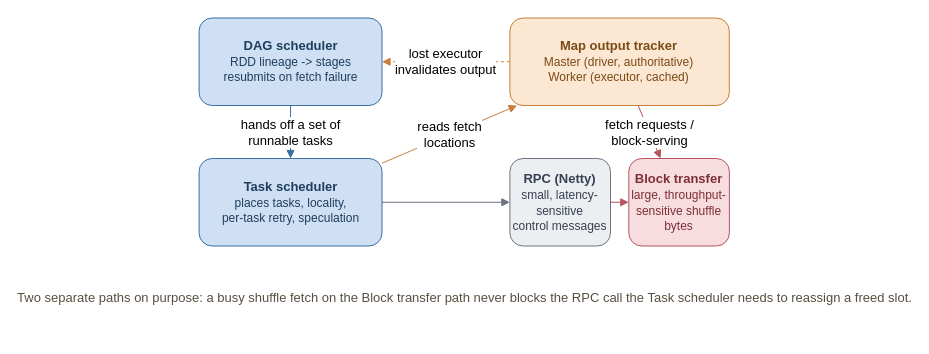
Above: book/figures/scheduler-components.drawio in AlanPhan04/spark-101-to-pro (draw.io), before the change. Source tidied: cells renumbered, new cells numbered last; positions are measured from the earlier drawing's top-left corner, leaving out a move shared by most shapes. Both pictures are drawn from the tidied source at 100%, with x=0, y=0 at pixel (199, 17).
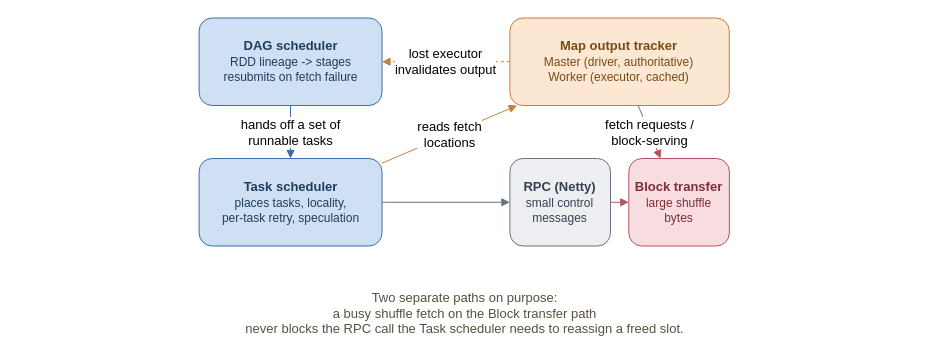
Above is the later version.

Change to the diagram source:
```diff
@@
 <mxGraphModel>
   <root>
     <mxCell id="0" />
     <mxCell id="1" parent="0" />
     <mxCell id="2" value="&lt;b&gt;DAG scheduler&lt;/b&gt;&lt;br&gt;&lt;span style=&quot;font-size:12px&quot;&gt;RDD lineage -&amp;gt; stages&lt;br&gt;resubmits on fetch failure&lt;/span&gt;" style="rounded=1;whiteSpace=wrap;html=1;fillColor=#cfe0f4;strokeColor=#3b6ea5;fontSize=13;fontColor=#1f3d5c;" parent="1" vertex="1">
       <mxGeometry x="-0.4" y="0.5" width="182.9" height="87.5" as="geometry" />
     </mxCell>
     <mxCell id="3" value="&lt;b&gt;Task scheduler&lt;/b&gt;&lt;br&gt;&lt;span style=&quot;font-size:12px&quot;&gt;places tasks, locality,&lt;br&gt;per-task retry, speculation&lt;/span&gt;" style="rounded=1;whiteSpace=wrap;html=1;fillColor=#cfe0f4;strokeColor=#3b6ea5;fontSize=13;fontColor=#1f3d5c;" parent="1" vertex="1">
       <mxGeometry x="-0.4" y="141" width="182.9" height="87.5" as="geometry" />
     </mxCell>
     <mxCell id="4" value="&lt;b&gt;Map output tracker&lt;/b&gt;&lt;br&gt;&lt;span style=&quot;font-size:12px&quot;&gt;Master (driver, authoritative)&lt;br&gt;Worker (executor, cached)&lt;/span&gt;" style="rounded=1;whiteSpace=wrap;html=1;fillColor=#fce7d2;strokeColor=#c77f3b;fontSize=13;fontColor=#7a4a17;" parent="1" vertex="1">
       <mxGeometry x="310.4" y="0.5" width="219.4" height="87.5" as="geometry" />
     </mxCell>
-    <mxCell id="5" value="&lt;b&gt;RPC (Netty)&lt;/b&gt;&lt;br&gt;&lt;span style=&quot;font-size:12px&quot;&gt;small, latency-sensitive&lt;br&gt;control messages&lt;/span&gt;" style="rounded=1;whiteSpace=wrap;html=1;fillColor=#eceef1;strokeColor=#6b7280;fontSize=13;fontColor=#374151;" parent="1" vertex="1">
+    <mxCell id="5" value="&lt;b&gt;RPC (Netty)&lt;/b&gt;&lt;br&gt;&lt;span style=&quot;font-size:12px&quot;&gt;small control&lt;br&gt;messages&lt;/span&gt;" style="rounded=1;whiteSpace=wrap;html=1;fillColor=#eceef1;strokeColor=#6b7280;fontSize=13;fontColor=#374151;" parent="1" vertex="1">
       <mxGeometry x="310.4" y="141" width="100.6" height="87.5" as="geometry" />
     </mxCell>
-    <mxCell id="6" value="&lt;b&gt;Block transfer&lt;/b&gt;&lt;br&gt;&lt;span style=&quot;font-size:12px&quot;&gt;large, throughput-&lt;br&gt;sensitive shuffle bytes&lt;/span&gt;" style="rounded=1;whiteSpace=wrap;html=1;fillColor=#f7dde0;strokeColor=#b5545e;fontSize=13;fontColor=#7d2f38;" parent="1" vertex="1">
+    <mxCell id="6" value="&lt;b&gt;Block transfer&lt;/b&gt;&lt;br&gt;&lt;span style=&quot;font-size:12px&quot;&gt;large shuffle&lt;br&gt;bytes&lt;/span&gt;" style="rounded=1;whiteSpace=wrap;html=1;fillColor=#f7dde0;strokeColor=#b5545e;fontSize=13;fontColor=#7d2f38;" parent="1" vertex="1">
       <mxGeometry x="429.3" y="141" width="100.6" height="87.5" as="geometry" />
     </mxCell>
     <mxCell id="7" value="hands off a set of&#10;runnable tasks" style="edges=1;html=1;endArrow=block;strokeColor=#3b6ea5;fontSize=13;" parent="1" edge="1" source="2" target="3">
       <mxGeometry relative="1" as="geometry" />
     </mxCell>
     <mxCell id="8" value="reads fetch&#10;locations" style="edges=1;html=1;endArrow=block;strokeColor=#c77f3b;fontSize=13;" parent="1" edge="1" source="3" target="4">
       <mxGeometry relative="1" as="geometry" />
     </mxCell>
     <mxCell id="9" value="lost executor&#10;invalidates output" style="edges=1;html=1;endArrow=block;strokeColor=#c77f3b;fontSize=13;dashed=1;" parent="1" edge="1" source="4" target="2">
       <mxGeometry relative="1" as="geometry" />
     </mxCell>
     <mxCell id="10" style="edges=1;html=1;endArrow=block;strokeColor=#6b7280;" parent="1" edge="1" source="3" target="5">
       <mxGeometry relative="1" as="geometry" />
     </mxCell>
     <mxCell id="11" style="edges=1;html=1;endArrow=block;strokeColor=#b5545e;" parent="1" edge="1" source="5" target="6">
       <mxGeometry relative="1" as="geometry" />
     </mxCell>
     <mxCell id="12" value="fetch requests /&#10;block-serving" style="edges=1;html=1;endArrow=block;strokeColor=#b5545e;fontSize=13;" parent="1" edge="1" source="4" target="6">
       <mxGeometry relative="1" as="geometry" />
     </mxCell>
-    <mxCell id="13" value="Two separate paths on purpose: a busy shuffle fetch on the Block transfer path never blocks the RPC call the Task scheduler needs to reassign a freed slot." style="text;html=1;align=center;fontSize=13;fontColor=#57503f;" parent="1" vertex="1">
+    <mxCell id="13" value="Two separate paths on purpose:&lt;br&gt;a busy shuffle fetch on the Block transfer path&lt;br&gt;never blocks the RPC call the Task scheduler needs to reassign a freed slot." style="text;html=1;align=center;fontSize=13;fontColor=#57503f;" parent="1" vertex="1">
       <mxGeometry x="-0.4" y="265.7" width="530.3" height="53" as="geometry" />
     </mxCell>
   </root>
 </mxGraphModel>
```
